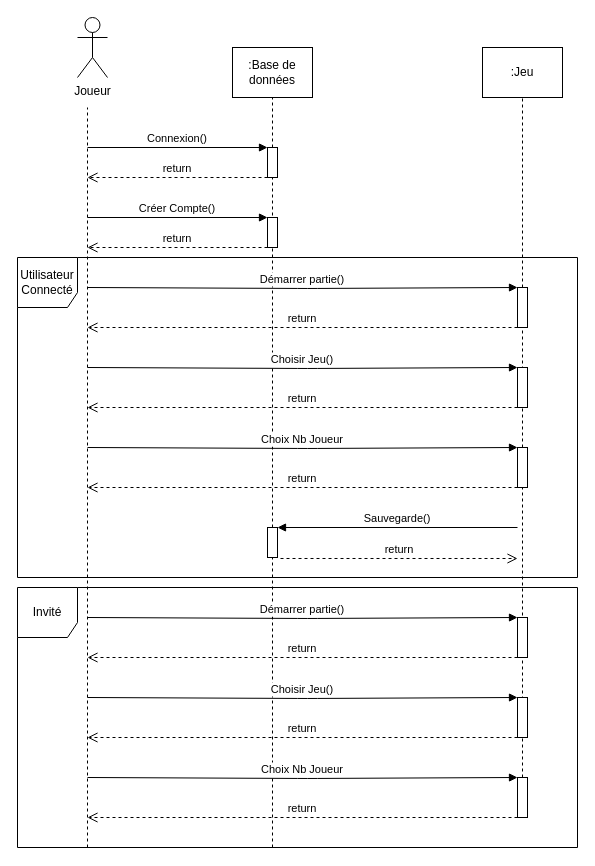
Earlier version of the draw.io diagram Diagrams/Sequence Diagram Main Interactions.drawio (MailineN/ProjetInfo2A). Source tidied: cells renumbered, new cells numbered last; positions are measured from the earlier drawing's top-left corner, leaving out a move shared by most shapes. Both pictures are drawn from the tidied source at 100%, with x=0, y=0 at pixel (17, 17).
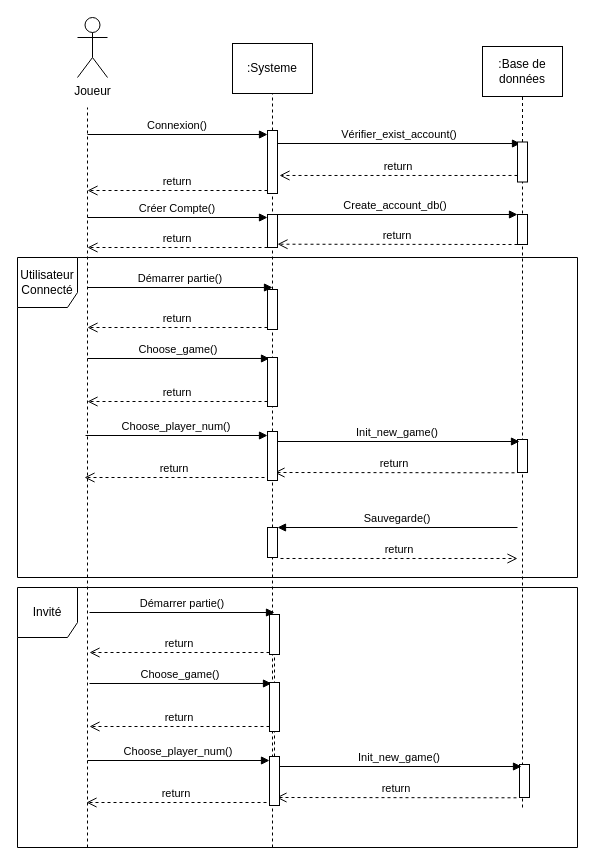
After the change.

The change refers to these unchanged cells:
```xml
<mxCell id="25" style="points=[];perimeter=orthogonalPerimeter;rounded=0;shadow=0;strokeWidth=1;" parent="1" vertex="1">
  <mxGeometry x="250" y="510" width="10" height="30" as="geometry" />
</mxCell>
```

Diff of the diagram source:
```diff
@@
-<mxGraphModel>
+<mxGraphModel background="#ffffff">
@@
+    <mxCell id="29" value="Utilisateur Connecté" style="shape=umlFrame;whiteSpace=wrap;html=1;fillColor=none;width=60;height=50;" parent="1" vertex="1">
+      <mxGeometry y="240" width="560" height="320" as="geometry" />
+    </mxCell>
@@
     <mxCell id="3" value="Connexion()" style="verticalAlign=bottom;endArrow=block;entryX=0;entryY=0;shadow=0;strokeWidth=1;" parent="1" edge="1">
       <mxGeometry relative="1" as="geometry">
-        <mxPoint x="70" y="130" as="sourcePoint" />
-        <mxPoint x="250" y="130" as="targetPoint" />
+        <mxPoint x="70" y="117" as="sourcePoint" />
+        <mxPoint x="250" y="117" as="targetPoint" />
       </mxGeometry>
     </mxCell>
-    <mxCell id="4" value="return" style="verticalAlign=bottom;endArrow=open;dashed=1;endSize=8;exitX=0;exitY=0.95;shadow=0;strokeWidth=1;" parent="1" edge="1">
-      <mxGeometry relative="1" as="geometry">
-        <mxPoint x="250" y="160" as="sourcePoint" />
-        <mxPoint x="70" y="160" as="targetPoint" />
-      </mxGeometry>
+    <mxCell id="4" value="return" style="verticalAlign=bottom;endArrow=open;dashed=1;endSize=8;shadow=0;strokeWidth=1;entryX=1.2;entryY=0.714;entryDx=0;entryDy=0;entryPerimeter=0;" parent="1" edge="1" source="41" target="7">
+      <mxGeometry relative="1" as="geometry" />
     </mxCell>
@@
     <mxCell id="7" style="points=[];perimeter=orthogonalPerimeter;rounded=0;shadow=0;strokeWidth=1;" parent="1" vertex="1">
-      <mxGeometry x="250" y="130" width="10" height="30" as="geometry" />
+      <mxGeometry x="250" y="113" width="10" height="63" as="geometry" />
     </mxCell>
-    <mxCell id="8" style="endArrow=none;dashed=1;html=1;" parent="1" edge="1" source="25" target="7">
+    <mxCell id="8" style="endArrow=none;dashed=1;html=1;" parent="1" edge="1" source="47" target="7">
       <mxGeometry relative="1" as="geometry" />
     </mxCell>
     <mxCell id="9" value=":Base de données" style="rounded=0;whiteSpace=wrap;html=1;" parent="1" vertex="1">
-      <mxGeometry x="215" y="30" width="80" height="50" as="geometry" />
+      <mxGeometry x="465" y="29" width="80" height="50" as="geometry" />
     </mxCell>
-    <mxCell id="10" style="endArrow=none;dashed=1;html=1;" parent="1" edge="1" source="11">
+    <mxCell id="10" style="endArrow=none;dashed=1;html=1;" parent="1" edge="1" source="41">
       <mxGeometry relative="1" as="geometry">
-        <mxPoint x="505" y="70" as="targetPoint" />
+        <mxPoint x="505" y="78" as="targetPoint" />
       </mxGeometry>
     </mxCell>
-    <mxCell id="11" style="points=[];perimeter=orthogonalPerimeter;rounded=0;shadow=0;strokeWidth=1;" parent="1" vertex="1">
-      <mxGeometry x="500" y="270" width="10" height="40" as="geometry" />
-    </mxCell>
-    <mxCell id="12" style="endArrow=none;dashed=1;html=1;" parent="1" edge="1" target="11">
+    <mxCell id="12" style="endArrow=none;dashed=1;html=1;" parent="1" edge="1">
       <mxGeometry relative="1" as="geometry">
         <mxPoint x="505" y="790" as="sourcePoint" />
+        <mxPoint x="505" y="310" as="targetPoint" />
       </mxGeometry>
     </mxCell>
-    <mxCell id="13" value=":Jeu" style="rounded=0;whiteSpace=wrap;html=1;" parent="1" vertex="1">
-      <mxGeometry x="465" y="30" width="80" height="50" as="geometry" />
+    <mxCell id="13" value=":Systeme" style="rounded=0;whiteSpace=wrap;html=1;" parent="1" vertex="1">
+      <mxGeometry x="215" y="26" width="80" height="50" as="geometry" />
     </mxCell>
@@
     <mxCell id="16" style="points=[];perimeter=orthogonalPerimeter;rounded=0;shadow=0;strokeWidth=1;" parent="1" vertex="1">
-      <mxGeometry x="250" y="200" width="10" height="30" as="geometry" />
+      <mxGeometry x="250" y="197" width="10" height="33" as="geometry" />
     </mxCell>
-    <mxCell id="17" value="Démarrer partie()" style="verticalAlign=bottom;endArrow=block;entryX=0;entryY=0;shadow=0;strokeWidth=1;entryDx=0;entryDy=0;entryPerimeter=0;" parent="1" edge="1" target="11">
+    <mxCell id="17" value="Démarrer partie()" style="verticalAlign=bottom;endArrow=block;shadow=0;strokeWidth=1;" parent="1" edge="1">
       <mxGeometry relative="1" as="geometry">
         <mxPoint x="70" y="270" as="sourcePoint" />
-        <Array as="points">
-          <mxPoint x="290" y="271" />
-        </Array>
+        <mxPoint x="255" y="270" as="targetPoint" />
       </mxGeometry>
     </mxCell>
-    <mxCell id="18" value="return" style="verticalAlign=bottom;endArrow=open;dashed=1;endSize=8;exitX=0;exitY=1;shadow=0;strokeWidth=1;exitDx=0;exitDy=0;exitPerimeter=0;" parent="1" edge="1" source="11">
+    <mxCell id="18" value="return" style="verticalAlign=bottom;endArrow=open;dashed=1;endSize=8;shadow=0;strokeWidth=1;" parent="1" edge="1" source="47">
       <mxGeometry relative="1" as="geometry">
         <mxPoint x="70" y="310" as="targetPoint" />
       </mxGeometry>
     </mxCell>
-    <mxCell id="19" style="points=[];perimeter=orthogonalPerimeter;rounded=0;shadow=0;strokeWidth=1;" parent="1" vertex="1">
-      <mxGeometry x="500" y="350" width="10" height="40" as="geometry" />
-    </mxCell>
-    <mxCell id="20" value="Choisir Jeu()" style="verticalAlign=bottom;endArrow=block;entryX=0;entryY=0;shadow=0;strokeWidth=1;entryDx=0;entryDy=0;entryPerimeter=0;" parent="1" edge="1" target="19">
-      <mxGeometry relative="1" as="geometry">
-        <mxPoint x="70" y="350" as="sourcePoint" />
-        <Array as="points">
-          <mxPoint x="290" y="351" />
-        </Array>
-      </mxGeometry>
-    </mxCell>
-    <mxCell id="21" value="return" style="verticalAlign=bottom;endArrow=open;dashed=1;endSize=8;exitX=0;exitY=1;shadow=0;strokeWidth=1;exitDx=0;exitDy=0;exitPerimeter=0;" parent="1" edge="1" source="19">
-      <mxGeometry relative="1" as="geometry">
-        <mxPoint x="70" y="390" as="targetPoint" />
-      </mxGeometry>
-    </mxCell>
     <mxCell id="22" style="points=[];perimeter=orthogonalPerimeter;rounded=0;shadow=0;strokeWidth=1;" parent="1" vertex="1">
-      <mxGeometry x="500" y="430" width="10" height="40" as="geometry" />
+      <mxGeometry x="500" y="422" width="10" height="33" as="geometry" />
     </mxCell>
-    <mxCell id="23" value="Choix Nb Joueur" style="verticalAlign=bottom;endArrow=block;entryX=0;entryY=0;shadow=0;strokeWidth=1;entryDx=0;entryDy=0;entryPerimeter=0;" parent="1" edge="1" target="22">
-      <mxGeometry relative="1" as="geometry">
-        <mxPoint x="70" y="430" as="sourcePoint" />
-        <Array as="points">
-          <mxPoint x="290" y="431" />
-        </Array>
-      </mxGeometry>
-    </mxCell>
-    <mxCell id="24" value="return" style="verticalAlign=bottom;endArrow=open;dashed=1;endSize=8;exitX=0;exitY=1;shadow=0;strokeWidth=1;exitDx=0;exitDy=0;exitPerimeter=0;" parent="1" edge="1" source="22">
-      <mxGeometry relative="1" as="geometry">
-        <mxPoint x="70" y="470" as="targetPoint" />
-      </mxGeometry>
-    </mxCell>
@@
-    <mxCell id="29" value="Utilisateur Connecté" style="shape=umlFrame;whiteSpace=wrap;html=1;fillColor=none;width=60;height=50;" parent="1" vertex="1">
-      <mxGeometry y="240" width="560" height="320" as="geometry" />
-    </mxCell>
-    <mxCell id="30" style="points=[];perimeter=orthogonalPerimeter;rounded=0;shadow=0;strokeWidth=1;" parent="1" vertex="1">
-      <mxGeometry x="500" y="600" width="10" height="40" as="geometry" />
-    </mxCell>
+    <mxCell id="39" value="Invité" style="shape=umlFrame;whiteSpace=wrap;html=1;fillColor=none;width=60;height=50;" parent="1" vertex="1">
+      <mxGeometry y="570" width="560" height="260" as="geometry" />
+    </mxCell>
+    <mxCell id="40" value="Vérifier_exist_account()" style="verticalAlign=bottom;endArrow=block;entryX=0.3;entryY=0.038;shadow=0;strokeWidth=1;entryDx=0;entryDy=0;entryPerimeter=0;" parent="1" edge="1" target="41">
+      <mxGeometry relative="1" as="geometry">
+        <mxPoint x="260" y="126" as="sourcePoint" />
+      </mxGeometry>
+    </mxCell>
+    <mxCell id="41" style="points=[];perimeter=orthogonalPerimeter;rounded=0;shadow=0;strokeWidth=1;" parent="1" vertex="1">
+      <mxGeometry x="500" y="124.5" width="10" height="40" as="geometry" />
+    </mxCell>
+    <mxCell id="42" style="endArrow=none;dashed=1;html=1;" parent="1" edge="1" target="41">
+      <mxGeometry relative="1" as="geometry">
+        <mxPoint x="505" y="316" as="sourcePoint" />
+      </mxGeometry>
+    </mxCell>
+    <mxCell id="43" value="return" style="verticalAlign=bottom;endArrow=open;dashed=1;endSize=8;exitX=0;exitY=0.95;shadow=0;strokeWidth=1;" parent="1" edge="1">
+      <mxGeometry relative="1" as="geometry">
+        <mxPoint x="250" y="173" as="sourcePoint" />
+        <mxPoint x="70" y="173" as="targetPoint" />
+      </mxGeometry>
+    </mxCell>
+    <mxCell id="44" value="Create_account_db()" style="verticalAlign=bottom;endArrow=block;entryX=0;entryY=0;shadow=0;strokeWidth=1;" parent="1" edge="1">
+      <mxGeometry relative="1" as="geometry">
+        <mxPoint x="255" y="197" as="sourcePoint" />
+        <mxPoint x="500" y="197" as="targetPoint" />
+      </mxGeometry>
+    </mxCell>
+    <mxCell id="45" value="return" style="verticalAlign=bottom;endArrow=open;dashed=1;endSize=8;exitX=0;exitY=0.95;shadow=0;strokeWidth=1;entryX=1;entryY=0.9;entryDx=0;entryDy=0;entryPerimeter=0;" parent="1" edge="1" target="16">
+      <mxGeometry relative="1" as="geometry">
+        <mxPoint x="500" y="227" as="sourcePoint" />
+      </mxGeometry>
+    </mxCell>
+    <mxCell id="46" style="perimeter=orthogonalPerimeter;rounded=0;shadow=0;strokeWidth=1;" parent="1" vertex="1">
+      <mxGeometry x="500" y="197" width="10" height="30" as="geometry" />
+    </mxCell>
+    <mxCell id="47" style="points=[];perimeter=orthogonalPerimeter;rounded=0;shadow=0;strokeWidth=1;" parent="1" vertex="1">
+      <mxGeometry x="250" y="272" width="10" height="40" as="geometry" />
+    </mxCell>
+    <mxCell id="48" style="endArrow=none;dashed=1;html=1;" parent="1" edge="1" source="54" target="47">
+      <mxGeometry relative="1" as="geometry" />
+    </mxCell>
+    <mxCell id="49" value="Choose_game()" style="verticalAlign=bottom;endArrow=block;shadow=0;strokeWidth=1;entryX=0.2;entryY=0.02;entryDx=0;entryDy=0;entryPerimeter=0;" parent="1" edge="1" target="51">
+      <mxGeometry relative="1" as="geometry">
+        <mxPoint x="70" y="341" as="sourcePoint" />
+      </mxGeometry>
+    </mxCell>
+    <mxCell id="50" value="return" style="verticalAlign=bottom;endArrow=open;dashed=1;endSize=8;shadow=0;strokeWidth=1;" parent="1" edge="1" source="51">
+      <mxGeometry relative="1" as="geometry">
+        <mxPoint x="70" y="384" as="targetPoint" />
+      </mxGeometry>
+    </mxCell>
+    <mxCell id="51" style="points=[];perimeter=orthogonalPerimeter;rounded=0;shadow=0;strokeWidth=1;" parent="1" vertex="1">
+      <mxGeometry x="250" y="340" width="10" height="49" as="geometry" />
+    </mxCell>
+    <mxCell id="52" value="Init_new_game()" style="verticalAlign=bottom;endArrow=block;entryX=0;entryY=0;shadow=0;strokeWidth=1;" parent="1" edge="1">
+      <mxGeometry relative="1" as="geometry">
+        <mxPoint x="257" y="424" as="sourcePoint" />
+        <mxPoint x="502" y="424" as="targetPoint" />
+      </mxGeometry>
+    </mxCell>
+    <mxCell id="53" value="return" style="verticalAlign=bottom;endArrow=open;dashed=1;endSize=8;exitX=0;exitY=0.95;shadow=0;strokeWidth=1;entryX=1;entryY=0.9;entryDx=0;entryDy=0;entryPerimeter=0;" parent="1" edge="1">
+      <mxGeometry relative="1" as="geometry">
+        <mxPoint x="497" y="455.3" as="sourcePoint" />
+        <mxPoint x="257" y="455" as="targetPoint" />
+      </mxGeometry>
+    </mxCell>
+    <mxCell id="54" style="points=[];perimeter=orthogonalPerimeter;rounded=0;shadow=0;strokeWidth=1;" parent="1" vertex="1">
+      <mxGeometry x="250" y="414" width="10" height="49" as="geometry" />
+    </mxCell>
+    <mxCell id="55" style="endArrow=none;dashed=1;html=1;" parent="1" edge="1" source="25" target="54">
+      <mxGeometry relative="1" as="geometry" />
+    </mxCell>
+    <mxCell id="56" value="Choose_player_num()" style="verticalAlign=bottom;endArrow=block;shadow=0;strokeWidth=1;entryX=0.2;entryY=0.02;entryDx=0;entryDy=0;entryPerimeter=0;" parent="1" edge="1">
+      <mxGeometry relative="1" as="geometry">
+        <mxPoint x="68" y="418" as="sourcePoint" />
+        <mxPoint x="250" y="418" as="targetPoint" />
+      </mxGeometry>
+    </mxCell>
+    <mxCell id="57" value="return" style="verticalAlign=bottom;endArrow=open;dashed=1;endSize=8;shadow=0;strokeWidth=1;" parent="1" edge="1">
+      <mxGeometry relative="1" as="geometry">
+        <mxPoint x="247" y="460" as="sourcePoint" />
+        <mxPoint x="67" y="460" as="targetPoint" />
+      </mxGeometry>
+    </mxCell>
-    <mxCell id="31" value="Démarrer partie()" style="verticalAlign=bottom;endArrow=block;entryX=0;entryY=0;shadow=0;strokeWidth=1;entryDx=0;entryDy=0;entryPerimeter=0;" parent="1" edge="1" target="30">
+    <mxCell id="31" value="Démarrer partie()" style="verticalAlign=bottom;endArrow=block;shadow=0;strokeWidth=1;" parent="1" edge="1">
       <mxGeometry relative="1" as="geometry">
-        <mxPoint x="70" y="600" as="sourcePoint" />
-        <Array as="points">
-          <mxPoint x="290" y="601" />
-        </Array>
+        <mxPoint x="72" y="595" as="sourcePoint" />
+        <mxPoint x="257" y="595" as="targetPoint" />
       </mxGeometry>
     </mxCell>
-    <mxCell id="32" value="return" style="verticalAlign=bottom;endArrow=open;dashed=1;endSize=8;exitX=0;exitY=1;shadow=0;strokeWidth=1;exitDx=0;exitDy=0;exitPerimeter=0;" parent="1" edge="1" source="30">
-      <mxGeometry relative="1" as="geometry">
-        <mxPoint x="70" y="640" as="targetPoint" />
-      </mxGeometry>
-    </mxCell>
-    <mxCell id="33" style="points=[];perimeter=orthogonalPerimeter;rounded=0;shadow=0;strokeWidth=1;" parent="1" vertex="1">
-      <mxGeometry x="500" y="680" width="10" height="40" as="geometry" />
-    </mxCell>
-    <mxCell id="34" value="Choisir Jeu()" style="verticalAlign=bottom;endArrow=block;entryX=0;entryY=0;shadow=0;strokeWidth=1;entryDx=0;entryDy=0;entryPerimeter=0;" parent="1" edge="1" target="33">
-      <mxGeometry relative="1" as="geometry">
-        <mxPoint x="70" y="680" as="sourcePoint" />
-        <Array as="points">
-          <mxPoint x="290" y="681" />
-        </Array>
-      </mxGeometry>
-    </mxCell>
-    <mxCell id="35" value="return" style="verticalAlign=bottom;endArrow=open;dashed=1;endSize=8;exitX=0;exitY=1;shadow=0;strokeWidth=1;exitDx=0;exitDy=0;exitPerimeter=0;" parent="1" edge="1" source="33">
-      <mxGeometry relative="1" as="geometry">
-        <mxPoint x="70" y="720" as="targetPoint" />
-      </mxGeometry>
-    </mxCell>
-    <mxCell id="36" style="points=[];perimeter=orthogonalPerimeter;rounded=0;shadow=0;strokeWidth=1;" parent="1" vertex="1">
-      <mxGeometry x="500" y="760" width="10" height="40" as="geometry" />
-    </mxCell>
-    <mxCell id="37" value="Choix Nb Joueur" style="verticalAlign=bottom;endArrow=block;entryX=0;entryY=0;shadow=0;strokeWidth=1;entryDx=0;entryDy=0;entryPerimeter=0;" parent="1" edge="1" target="36">
-      <mxGeometry relative="1" as="geometry">
-        <mxPoint x="70" y="760" as="sourcePoint" />
-        <Array as="points">
-          <mxPoint x="290" y="761" />
-        </Array>
-      </mxGeometry>
-    </mxCell>
-    <mxCell id="38" value="return" style="verticalAlign=bottom;endArrow=open;dashed=1;endSize=8;exitX=0;exitY=1;shadow=0;strokeWidth=1;exitDx=0;exitDy=0;exitPerimeter=0;" parent="1" edge="1" source="36">
-      <mxGeometry relative="1" as="geometry">
-        <mxPoint x="70" y="800" as="targetPoint" />
-      </mxGeometry>
-    </mxCell>
-    <mxCell id="39" value="Invité" style="shape=umlFrame;whiteSpace=wrap;html=1;fillColor=none;width=60;height=50;" parent="1" vertex="1">
-      <mxGeometry y="570" width="560" height="260" as="geometry" />
-    </mxCell>
+    <mxCell id="58" value="return" style="verticalAlign=bottom;endArrow=open;dashed=1;endSize=8;shadow=0;strokeWidth=1;" parent="1" edge="1" source="60">
+      <mxGeometry relative="1" as="geometry">
+        <mxPoint x="72" y="635" as="targetPoint" />
+      </mxGeometry>
+    </mxCell>
+    <mxCell id="59" style="perimeter=orthogonalPerimeter;rounded=0;shadow=0;strokeWidth=1;" parent="1" vertex="1">
+      <mxGeometry x="502" y="747" width="10" height="33" as="geometry" />
+    </mxCell>
+    <mxCell id="60" style="points=[];perimeter=orthogonalPerimeter;rounded=0;shadow=0;strokeWidth=1;" parent="1" vertex="1">
+      <mxGeometry x="252" y="597" width="10" height="40" as="geometry" />
+    </mxCell>
+    <mxCell id="61" style="endArrow=none;dashed=1;html=1;" parent="1" edge="1" source="67" target="60">
+      <mxGeometry relative="1" as="geometry" />
+    </mxCell>
+    <mxCell id="62" value="Choose_game()" style="verticalAlign=bottom;endArrow=block;shadow=0;strokeWidth=1;entryX=0.2;entryY=0.02;entryDx=0;entryDy=0;entryPerimeter=0;" parent="1" edge="1" target="64">
+      <mxGeometry relative="1" as="geometry">
+        <mxPoint x="72" y="666" as="sourcePoint" />
+      </mxGeometry>
+    </mxCell>
+    <mxCell id="63" value="return" style="verticalAlign=bottom;endArrow=open;dashed=1;endSize=8;shadow=0;strokeWidth=1;" parent="1" edge="1" source="64">
+      <mxGeometry relative="1" as="geometry">
+        <mxPoint x="72" y="709" as="targetPoint" />
+      </mxGeometry>
+    </mxCell>
+    <mxCell id="64" style="points=[];perimeter=orthogonalPerimeter;rounded=0;shadow=0;strokeWidth=1;" parent="1" vertex="1">
+      <mxGeometry x="252" y="665" width="10" height="49" as="geometry" />
+    </mxCell>
+    <mxCell id="65" value="Init_new_game()" style="verticalAlign=bottom;endArrow=block;entryX=0;entryY=0;shadow=0;strokeWidth=1;" parent="1" edge="1">
+      <mxGeometry relative="1" as="geometry">
+        <mxPoint x="259" y="749" as="sourcePoint" />
+        <mxPoint x="504" y="749" as="targetPoint" />
+      </mxGeometry>
+    </mxCell>
+    <mxCell id="66" value="return" style="verticalAlign=bottom;endArrow=open;dashed=1;endSize=8;exitX=0;exitY=0.95;shadow=0;strokeWidth=1;entryX=1;entryY=0.9;entryDx=0;entryDy=0;entryPerimeter=0;" parent="1" edge="1">
+      <mxGeometry relative="1" as="geometry">
+        <mxPoint x="499" y="780.3" as="sourcePoint" />
+        <mxPoint x="259" y="780" as="targetPoint" />
+      </mxGeometry>
+    </mxCell>
+    <mxCell id="67" style="points=[];perimeter=orthogonalPerimeter;rounded=0;shadow=0;strokeWidth=1;" parent="1" vertex="1">
+      <mxGeometry x="252" y="739" width="10" height="49" as="geometry" />
+    </mxCell>
+    <mxCell id="68" value="Choose_player_num()" style="verticalAlign=bottom;endArrow=block;shadow=0;strokeWidth=1;entryX=0.2;entryY=0.02;entryDx=0;entryDy=0;entryPerimeter=0;" parent="1" edge="1">
+      <mxGeometry relative="1" as="geometry">
+        <mxPoint x="70" y="743" as="sourcePoint" />
+        <mxPoint x="252" y="743" as="targetPoint" />
+      </mxGeometry>
+    </mxCell>
+    <mxCell id="69" value="return" style="verticalAlign=bottom;endArrow=open;dashed=1;endSize=8;shadow=0;strokeWidth=1;" parent="1" edge="1">
+      <mxGeometry relative="1" as="geometry">
+        <mxPoint x="249" y="785" as="sourcePoint" />
+        <mxPoint x="69" y="785" as="targetPoint" />
+      </mxGeometry>
+    </mxCell>
```
